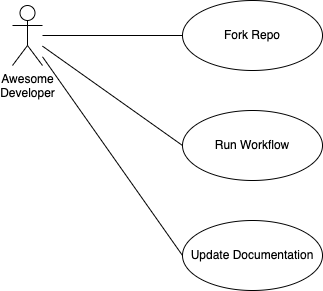
Before: .docs/designs/use_cases.drawio.png, a diagram exported from draw.io (frostaura/fa.templates). Source tidied: cells renumbered, new cells last; positions are measured from the earlier drawing's top-left corner, leaving out a move shared by most shapes.
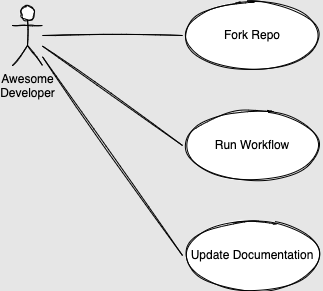
Above is the later version.

Commit message:
fix(Design): Background on design doc to always be visible.

Diff of the diagram source:
```diff
@@ -1,26 +1,26 @@
-<mxGraphModel>
+<mxGraphModel background="#E6E6E6">
   <root>
     <mxCell id="0" />
     <mxCell id="1" parent="0" />
-    <mxCell id="2" value="Fork Repo" style="ellipse;whiteSpace=wrap;html=1;" parent="1" vertex="1">
+    <mxCell id="2" value="Fork Repo" style="ellipse;whiteSpace=wrap;html=1;sketch=1;strokeColor=#000000;" parent="1" vertex="1">
       <mxGeometry x="170" width="140" height="70" as="geometry" />
     </mxCell>
-    <mxCell id="3" style="edgeStyle=none;html=1;endArrow=none;endFill=0;" parent="1" edge="1" source="6" target="2">
+    <mxCell id="3" style="edgeStyle=none;html=1;endArrow=none;endFill=0;sketch=1;strokeColor=#000000;" parent="1" edge="1" source="6" target="2">
       <mxGeometry relative="1" as="geometry" />
     </mxCell>
-    <mxCell id="4" style="edgeStyle=none;html=1;entryX=0;entryY=0.5;entryDx=0;entryDy=0;endArrow=none;endFill=0;" parent="1" edge="1" source="6" target="7">
+    <mxCell id="4" style="edgeStyle=none;html=1;entryX=0;entryY=0.5;entryDx=0;entryDy=0;endArrow=none;endFill=0;sketch=1;strokeColor=#000000;" parent="1" edge="1" source="6" target="7">
       <mxGeometry relative="1" as="geometry" />
     </mxCell>
-    <mxCell id="5" style="edgeStyle=none;html=1;entryX=0;entryY=0.5;entryDx=0;entryDy=0;endArrow=none;endFill=0;" parent="1" edge="1" source="6" target="8">
+    <mxCell id="5" style="edgeStyle=none;html=1;entryX=0;entryY=0.5;entryDx=0;entryDy=0;endArrow=none;endFill=0;sketch=1;strokeColor=#000000;" parent="1" edge="1" source="6" target="8">
       <mxGeometry relative="1" as="geometry" />
     </mxCell>
-    <mxCell id="6" value="Awesome&lt;br&gt;Developer" style="shape=umlActor;verticalLabelPosition=bottom;verticalAlign=top;html=1;" parent="1" vertex="1">
+    <mxCell id="6" value="Awesome&lt;br&gt;Developer" style="shape=umlActor;verticalLabelPosition=bottom;verticalAlign=top;html=1;sketch=1;strokeColor=#000000;fontColor=#000000;" parent="1" vertex="1">
       <mxGeometry y="5" width="30" height="60" as="geometry" />
     </mxCell>
-    <mxCell id="7" value="Run Workflow" style="ellipse;whiteSpace=wrap;html=1;" parent="1" vertex="1">
+    <mxCell id="7" value="Run Workflow" style="ellipse;whiteSpace=wrap;html=1;sketch=1;strokeColor=#000000;" parent="1" vertex="1">
       <mxGeometry x="170" y="110" width="140" height="70" as="geometry" />
     </mxCell>
-    <mxCell id="8" value="Update Documentation" style="ellipse;whiteSpace=wrap;html=1;" parent="1" vertex="1">
+    <mxCell id="8" value="Update Documentation" style="ellipse;whiteSpace=wrap;html=1;sketch=1;strokeColor=#000000;" parent="1" vertex="1">
       <mxGeometry x="170" y="220" width="140" height="70" as="geometry" />
     </mxCell>
   </root>
```
